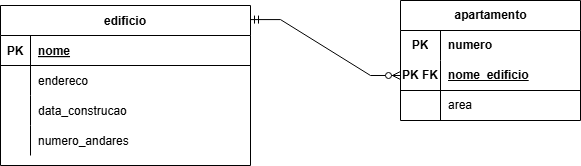
NathanAzvdo/Atividade-Banco-de-dados keeps this draw.io diagram as palestras.drawio.png. Above is the earlier version. Source tidied: cells renumbered, new cells last; positions are measured from the earlier drawing's top-left corner, leaving out a move shared by most shapes.
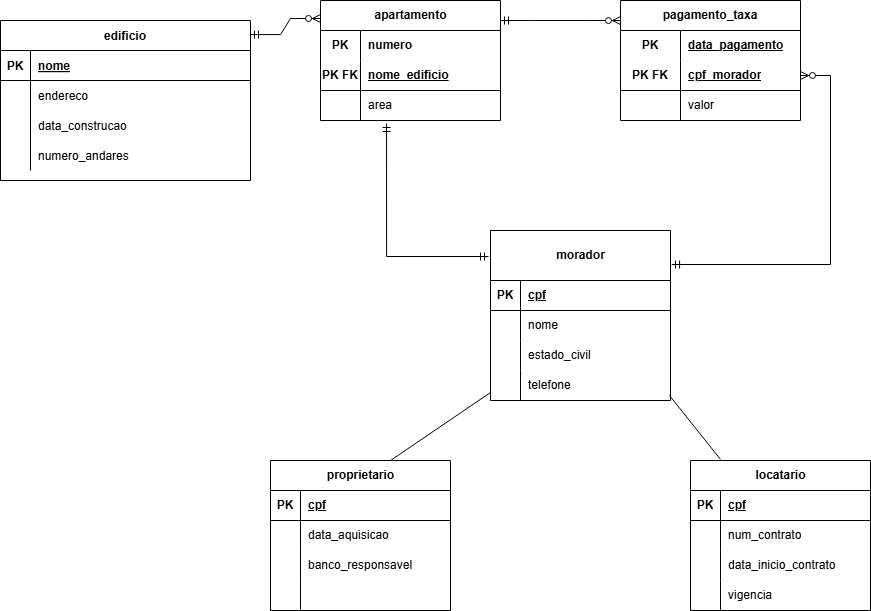
The same diagram one commit later.

The edit, as a diff of the source:
```diff
@@ -3,7 +3,7 @@
     <mxCell id="0" />
     <mxCell id="1" parent="0" />
     <mxCell id="2" value="edificio" style="shape=table;startSize=30;rowLines=0;fontStyle=1;align=center;" parent="1" vertex="1">
-      <mxGeometry y="5" width="250" height="160" as="geometry" />
+      <mxGeometry x="-80" y="-35" width="250" height="160" as="geometry" />
     </mxCell>
     <mxCell id="3" style="shape=partialRectangle;fillColor=none;top=0;left=0;right=0;bottom=1;" parent="2" vertex="1">
       <mxGeometry y="30" width="250" height="30" as="geometry" />
@@ -41,13 +41,11 @@
     <mxCell id="14" value="numero_andares" style="shape=partialRectangle;overflow=hidden;fillColor=none;top=0;left=0;bottom=0;right=0;align=left;spacingLeft=6;" parent="12" vertex="1">
       <mxGeometry x="30" width="220" height="30" as="geometry" />
     </mxCell>
-    <mxCell id="15" style="edgeStyle=entityRelationEdgeStyle;fontSize=12;html=1;endArrow=ERzeroToMany;startArrow=ERmandOne;rounded=0;exitX=1;exitY=0.088;exitDx=0;exitDy=0;exitPerimeter=0;" parent="1" edge="1" source="2">
-      <mxGeometry relative="1" as="geometry">
-        <mxPoint x="400" y="75" as="targetPoint" />
-      </mxGeometry>
+    <mxCell id="15" style="edgeStyle=entityRelationEdgeStyle;fontSize=12;html=1;endArrow=ERzeroToMany;startArrow=ERmandOne;rounded=0;exitX=1;exitY=0.088;exitDx=0;exitDy=0;exitPerimeter=0;entryX=0;entryY=0.15;entryDx=0;entryDy=0;entryPerimeter=0;" parent="1" edge="1" source="2" target="16">
+      <mxGeometry relative="1" as="geometry" />
     </mxCell>
     <mxCell id="16" value="apartamento" style="shape=table;startSize=30;rowLines=0;fontStyle=1;align=center;html=1;" parent="1" vertex="1">
-      <mxGeometry x="400" width="180" height="120" as="geometry" />
+      <mxGeometry x="240" y="-55" width="180" height="120" as="geometry" />
     </mxCell>
     <mxCell id="17" style="shape=tableRow;horizontal=0;startSize=0;swimlaneHead=0;swimlaneBody=0;fillColor=none;top=0;left=0;right=0;bottom=0;" parent="16" vertex="1">
       <mxGeometry y="30" width="180" height="30" as="geometry" />
@@ -76,5 +74,181 @@
     <mxCell id="25" value="area" style="shape=partialRectangle;fillColor=none;top=0;left=0;bottom=0;right=0;align=left;spacingLeft=6;overflow=hidden;whiteSpace=wrap;html=1;" parent="23" vertex="1">
       <mxGeometry x="40" width="140" height="30" as="geometry" />
     </mxCell>
+    <mxCell id="26" value="morador" style="shape=table;startSize=50;rowLines=0;fontStyle=1;align=center;html=1;" parent="1" vertex="1">
+      <mxGeometry x="410" y="175" width="180" height="170" as="geometry" />
+    </mxCell>
+    <mxCell id="27" style="shape=tableRow;horizontal=0;startSize=0;swimlaneHead=0;swimlaneBody=0;fillColor=none;top=0;left=0;right=0;bottom=1;" parent="26" vertex="1">
+      <mxGeometry y="50" width="180" height="30" as="geometry" />
+    </mxCell>
+    <mxCell id="28" value="PK" style="shape=partialRectangle;fillColor=none;top=0;left=0;bottom=0;right=0;fontStyle=1;overflow=hidden;whiteSpace=wrap;html=1;" parent="27" vertex="1">
+      <mxGeometry width="30" height="30" as="geometry" />
+    </mxCell>
+    <mxCell id="29" value="cpf" style="shape=partialRectangle;fillColor=none;top=0;left=0;bottom=0;right=0;align=left;spacingLeft=6;fontStyle=5;overflow=hidden;whiteSpace=wrap;html=1;" parent="27" vertex="1">
+      <mxGeometry x="30" width="150" height="30" as="geometry" />
+    </mxCell>
+    <mxCell id="30" style="shape=tableRow;horizontal=0;startSize=0;swimlaneHead=0;swimlaneBody=0;fillColor=none;top=0;left=0;right=0;bottom=0;" parent="26" vertex="1">
+      <mxGeometry y="80" width="180" height="30" as="geometry" />
+    </mxCell>
+    <mxCell id="31" style="shape=partialRectangle;fillColor=none;top=0;left=0;bottom=0;right=0;overflow=hidden;whiteSpace=wrap;html=1;" parent="30" vertex="1">
+      <mxGeometry width="30" height="30" as="geometry" />
+    </mxCell>
+    <mxCell id="32" value="nome" style="shape=partialRectangle;fillColor=none;top=0;left=0;bottom=0;right=0;align=left;spacingLeft=6;overflow=hidden;whiteSpace=wrap;html=1;" parent="30" vertex="1">
+      <mxGeometry x="30" width="150" height="30" as="geometry" />
+    </mxCell>
+    <mxCell id="33" style="shape=tableRow;horizontal=0;startSize=0;swimlaneHead=0;swimlaneBody=0;fillColor=none;top=0;left=0;right=0;bottom=0;" parent="26" vertex="1">
+      <mxGeometry y="110" width="180" height="30" as="geometry" />
+    </mxCell>
+    <mxCell id="34" style="shape=partialRectangle;fillColor=none;top=0;left=0;bottom=0;right=0;overflow=hidden;whiteSpace=wrap;html=1;" parent="33" vertex="1">
+      <mxGeometry width="30" height="30" as="geometry" />
+    </mxCell>
+    <mxCell id="35" value="estado_civil" style="shape=partialRectangle;fillColor=none;top=0;left=0;bottom=0;right=0;align=left;spacingLeft=6;overflow=hidden;whiteSpace=wrap;html=1;" parent="33" vertex="1">
+      <mxGeometry x="30" width="150" height="30" as="geometry" />
+    </mxCell>
+    <mxCell id="36" style="shape=tableRow;horizontal=0;startSize=0;swimlaneHead=0;swimlaneBody=0;fillColor=none;points=[[0,0.5],[1,0.5]];portConstraint=eastwest;top=0;left=0;right=0;bottom=0;" parent="26" vertex="1">
+      <mxGeometry y="140" width="180" height="30" as="geometry" />
+    </mxCell>
+    <mxCell id="37" style="shape=partialRectangle;fillColor=none;top=0;left=0;bottom=0;right=0;overflow=hidden;whiteSpace=wrap;html=1;" parent="36" vertex="1">
+      <mxGeometry width="30" height="30" as="geometry" />
+    </mxCell>
+    <mxCell id="38" value="telefone" style="shape=partialRectangle;fillColor=none;top=0;left=0;bottom=0;right=0;align=left;spacingLeft=6;overflow=hidden;whiteSpace=wrap;html=1;" parent="36" vertex="1">
+      <mxGeometry x="30" width="150" height="30" as="geometry" />
+    </mxCell>
+    <mxCell id="39" style="fontSize=12;html=1;endArrow=ERmandOne;startArrow=ERmandOne;rounded=0;entryX=-0.011;entryY=0.153;entryDx=0;entryDy=0;entryPerimeter=0;edgeStyle=orthogonalEdgeStyle;exitX=0.367;exitY=1.1;exitDx=0;exitDy=0;exitPerimeter=0;" parent="1" edge="1" source="23" target="26">
+      <mxGeometry relative="1" as="geometry">
+        <Array as="points">
+          <mxPoint x="306" y="201" />
+        </Array>
+      </mxGeometry>
+    </mxCell>
+    <mxCell id="40" style="endArrow=none;html=1;rounded=0;exitX=0;exitY=0.733;exitDx=0;exitDy=0;exitPerimeter=0;entryX=0.667;entryY=0;entryDx=0;entryDy=0;entryPerimeter=0;" parent="1" edge="1" source="36" target="41">
+      <mxGeometry relative="1" as="geometry" />
+    </mxCell>
+    <mxCell id="41" value="proprietario" style="shape=table;startSize=30;rowLines=0;fontStyle=1;align=center;html=1;" parent="1" vertex="1">
+      <mxGeometry x="190" y="405" width="180" height="150" as="geometry" />
+    </mxCell>
+    <mxCell id="42" style="shape=tableRow;horizontal=0;startSize=0;swimlaneHead=0;swimlaneBody=0;fillColor=none;top=0;left=0;right=0;bottom=1;" parent="41" vertex="1">
+      <mxGeometry y="30" width="180" height="30" as="geometry" />
+    </mxCell>
+    <mxCell id="43" value="PK" style="shape=partialRectangle;fillColor=none;top=0;left=0;bottom=0;right=0;fontStyle=1;overflow=hidden;whiteSpace=wrap;html=1;" parent="42" vertex="1">
+      <mxGeometry width="30" height="30" as="geometry" />
+    </mxCell>
+    <mxCell id="44" value="cpf" style="shape=partialRectangle;fillColor=none;top=0;left=0;bottom=0;right=0;align=left;spacingLeft=6;fontStyle=5;overflow=hidden;whiteSpace=wrap;html=1;" parent="42" vertex="1">
+      <mxGeometry x="30" width="150" height="30" as="geometry" />
+    </mxCell>
+    <mxCell id="45" style="shape=tableRow;horizontal=0;startSize=0;swimlaneHead=0;swimlaneBody=0;fillColor=none;top=0;left=0;right=0;bottom=0;" parent="41" vertex="1">
+      <mxGeometry y="60" width="180" height="30" as="geometry" />
+    </mxCell>
+    <mxCell id="46" style="shape=partialRectangle;fillColor=none;top=0;left=0;bottom=0;right=0;overflow=hidden;whiteSpace=wrap;html=1;" parent="45" vertex="1">
+      <mxGeometry width="30" height="30" as="geometry" />
+    </mxCell>
+    <mxCell id="47" value="data_aquisicao" style="shape=partialRectangle;fillColor=none;top=0;left=0;bottom=0;right=0;align=left;spacingLeft=6;overflow=hidden;whiteSpace=wrap;html=1;" parent="45" vertex="1">
+      <mxGeometry x="30" width="150" height="30" as="geometry" />
+    </mxCell>
+    <mxCell id="48" style="shape=tableRow;horizontal=0;startSize=0;swimlaneHead=0;swimlaneBody=0;fillColor=none;top=0;left=0;right=0;bottom=0;" parent="41" vertex="1">
+      <mxGeometry y="90" width="180" height="30" as="geometry" />
+    </mxCell>
+    <mxCell id="49" style="shape=partialRectangle;fillColor=none;top=0;left=0;bottom=0;right=0;overflow=hidden;whiteSpace=wrap;html=1;" parent="48" vertex="1">
+      <mxGeometry width="30" height="30" as="geometry" />
+    </mxCell>
+    <mxCell id="50" value="banco_responsavel" style="shape=partialRectangle;fillColor=none;top=0;left=0;bottom=0;right=0;align=left;spacingLeft=6;overflow=hidden;whiteSpace=wrap;html=1;" parent="48" vertex="1">
+      <mxGeometry x="30" width="150" height="30" as="geometry" />
+    </mxCell>
+    <mxCell id="51" style="shape=tableRow;horizontal=0;startSize=0;swimlaneHead=0;swimlaneBody=0;fillColor=none;top=0;left=0;right=0;bottom=0;" parent="41" vertex="1">
+      <mxGeometry y="120" width="180" height="30" as="geometry" />
+    </mxCell>
+    <mxCell id="52" style="shape=partialRectangle;fillColor=none;top=0;left=0;bottom=0;right=0;overflow=hidden;whiteSpace=wrap;html=1;" parent="51" vertex="1">
+      <mxGeometry width="30" height="30" as="geometry" />
+    </mxCell>
+    <mxCell id="53" style="shape=partialRectangle;fillColor=none;top=0;left=0;bottom=0;right=0;align=left;spacingLeft=6;overflow=hidden;whiteSpace=wrap;html=1;" parent="51" vertex="1">
+      <mxGeometry x="30" width="150" height="30" as="geometry" />
+    </mxCell>
+    <mxCell id="54" style="endArrow=none;html=1;rounded=0;exitX=0.994;exitY=0.833;exitDx=0;exitDy=0;exitPerimeter=0;entryX=0.167;entryY=-0.007;entryDx=0;entryDy=0;entryPerimeter=0;" parent="1" edge="1" source="36" target="55">
+      <mxGeometry relative="1" as="geometry" />
+    </mxCell>
+    <mxCell id="55" value="locatario" style="shape=table;startSize=30;rowLines=0;fontStyle=1;align=center;html=1;" parent="1" vertex="1">
+      <mxGeometry x="610" y="405" width="180" height="150" as="geometry" />
+    </mxCell>
+    <mxCell id="56" style="shape=tableRow;horizontal=0;startSize=0;swimlaneHead=0;swimlaneBody=0;fillColor=none;top=0;left=0;right=0;bottom=1;" parent="55" vertex="1">
+      <mxGeometry y="30" width="180" height="30" as="geometry" />
+    </mxCell>
+    <mxCell id="57" value="PK" style="shape=partialRectangle;fillColor=none;top=0;left=0;bottom=0;right=0;fontStyle=1;overflow=hidden;whiteSpace=wrap;html=1;" parent="56" vertex="1">
+      <mxGeometry width="30" height="30" as="geometry" />
+    </mxCell>
+    <mxCell id="58" value="cpf" style="shape=partialRectangle;fillColor=none;top=0;left=0;bottom=0;right=0;align=left;spacingLeft=6;fontStyle=5;overflow=hidden;whiteSpace=wrap;html=1;" parent="56" vertex="1">
+      <mxGeometry x="30" width="150" height="30" as="geometry" />
+    </mxCell>
+    <mxCell id="59" style="shape=tableRow;horizontal=0;startSize=0;swimlaneHead=0;swimlaneBody=0;fillColor=none;top=0;left=0;right=0;bottom=0;" parent="55" vertex="1">
+      <mxGeometry y="60" width="180" height="30" as="geometry" />
+    </mxCell>
+    <mxCell id="60" style="shape=partialRectangle;fillColor=none;top=0;left=0;bottom=0;right=0;overflow=hidden;whiteSpace=wrap;html=1;" parent="59" vertex="1">
+      <mxGeometry width="30" height="30" as="geometry" />
+    </mxCell>
+    <mxCell id="61" value="num_contrato" style="shape=partialRectangle;fillColor=none;top=0;left=0;bottom=0;right=0;align=left;spacingLeft=6;overflow=hidden;whiteSpace=wrap;html=1;" parent="59" vertex="1">
+      <mxGeometry x="30" width="150" height="30" as="geometry" />
+    </mxCell>
+    <mxCell id="62" style="shape=tableRow;horizontal=0;startSize=0;swimlaneHead=0;swimlaneBody=0;fillColor=none;top=0;left=0;right=0;bottom=0;" parent="55" vertex="1">
+      <mxGeometry y="90" width="180" height="30" as="geometry" />
+    </mxCell>
+    <mxCell id="63" style="shape=partialRectangle;fillColor=none;top=0;left=0;bottom=0;right=0;overflow=hidden;whiteSpace=wrap;html=1;" parent="62" vertex="1">
+      <mxGeometry width="30" height="30" as="geometry" />
+    </mxCell>
+    <mxCell id="64" value="data_inicio_contrato" style="shape=partialRectangle;fillColor=none;top=0;left=0;bottom=0;right=0;align=left;spacingLeft=6;overflow=hidden;whiteSpace=wrap;html=1;" parent="62" vertex="1">
+      <mxGeometry x="30" width="150" height="30" as="geometry" />
+    </mxCell>
+    <mxCell id="65" style="shape=tableRow;horizontal=0;startSize=0;swimlaneHead=0;swimlaneBody=0;fillColor=none;top=0;left=0;right=0;bottom=0;" parent="55" vertex="1">
+      <mxGeometry y="120" width="180" height="30" as="geometry" />
+    </mxCell>
+    <mxCell id="66" style="shape=partialRectangle;fillColor=none;top=0;left=0;bottom=0;right=0;overflow=hidden;whiteSpace=wrap;html=1;" parent="65" vertex="1">
+      <mxGeometry width="30" height="30" as="geometry" />
+    </mxCell>
+    <mxCell id="67" value="vigencia" style="shape=partialRectangle;fillColor=none;top=0;left=0;bottom=0;right=0;align=left;spacingLeft=6;overflow=hidden;whiteSpace=wrap;html=1;" parent="65" vertex="1">
+      <mxGeometry x="30" width="150" height="30" as="geometry" />
+    </mxCell>
+    <mxCell id="68" value="pagamento_taxa" style="shape=table;startSize=30;rowLines=0;fontStyle=1;align=center;html=1;whiteSpace=wrap;" parent="1" vertex="1">
+      <mxGeometry x="540" y="-55" width="180" height="120" as="geometry" />
+    </mxCell>
+    <mxCell id="69" style="shape=tableRow;horizontal=0;startSize=0;swimlaneHead=0;swimlaneBody=0;fillColor=none;top=0;left=0;right=0;bottom=0;html=1;" parent="68" vertex="1">
+      <mxGeometry y="30" width="180" height="30" as="geometry" />
+    </mxCell>
+    <mxCell id="70" value="PK" style="shape=partialRectangle;fillColor=none;top=0;left=0;bottom=0;right=0;fontStyle=1;overflow=hidden;html=1;whiteSpace=wrap;" parent="69" vertex="1">
+      <mxGeometry width="60" height="30" as="geometry" />
+    </mxCell>
+    <mxCell id="71" value="data_pagamento" style="shape=partialRectangle;fillColor=none;top=0;left=0;bottom=0;right=0;align=left;spacingLeft=6;fontStyle=5;overflow=hidden;html=1;whiteSpace=wrap;" parent="69" vertex="1">
+      <mxGeometry x="60" width="120" height="30" as="geometry" />
+    </mxCell>
+    <mxCell id="72" style="shape=tableRow;horizontal=0;startSize=0;swimlaneHead=0;swimlaneBody=0;fillColor=none;points=[[0,0.5],[1,0.5]];portConstraint=eastwest;top=0;left=0;right=0;bottom=1;html=1;" parent="68" vertex="1">
+      <mxGeometry y="60" width="180" height="30" as="geometry" />
+    </mxCell>
+    <mxCell id="73" value="PK FK" style="shape=partialRectangle;fillColor=none;top=0;left=0;bottom=0;right=0;fontStyle=1;overflow=hidden;html=1;whiteSpace=wrap;" parent="72" vertex="1">
+      <mxGeometry width="60" height="30" as="geometry" />
+    </mxCell>
+    <mxCell id="74" value="cpf_morador" style="shape=partialRectangle;fillColor=none;top=0;left=0;bottom=0;right=0;align=left;spacingLeft=6;fontStyle=5;overflow=hidden;html=1;whiteSpace=wrap;" parent="72" vertex="1">
+      <mxGeometry x="60" width="120" height="30" as="geometry" />
+    </mxCell>
+    <mxCell id="75" style="shape=tableRow;horizontal=0;startSize=0;swimlaneHead=0;swimlaneBody=0;fillColor=none;top=0;left=0;right=0;bottom=0;html=1;" parent="68" vertex="1">
+      <mxGeometry y="90" width="180" height="30" as="geometry" />
+    </mxCell>
+    <mxCell id="76" style="shape=partialRectangle;fillColor=none;top=0;left=0;bottom=0;right=0;overflow=hidden;html=1;whiteSpace=wrap;" parent="75" vertex="1">
+      <mxGeometry width="60" height="30" as="geometry" />
+    </mxCell>
+    <mxCell id="77" value="valor" style="shape=partialRectangle;fillColor=none;top=0;left=0;bottom=0;right=0;align=left;spacingLeft=6;overflow=hidden;html=1;whiteSpace=wrap;" parent="75" vertex="1">
+      <mxGeometry x="60" width="120" height="30" as="geometry" />
+    </mxCell>
+    <mxCell id="78" style="edgeStyle=entityRelationEdgeStyle;fontSize=12;html=1;endArrow=ERzeroToMany;startArrow=ERmandOne;rounded=0;exitX=1.006;exitY=0.2;exitDx=0;exitDy=0;exitPerimeter=0;" parent="1" edge="1" source="26" target="72">
+      <mxGeometry relative="1" as="geometry">
+        <Array as="points">
+          <mxPoint x="650" y="153" />
+          <mxPoint x="650" y="175" />
+        </Array>
+      </mxGeometry>
+    </mxCell>
+    <mxCell id="79" style="edgeStyle=entityRelationEdgeStyle;fontSize=12;html=1;endArrow=ERzeroToMany;startArrow=ERmandOne;rounded=0;exitX=1;exitY=0.167;exitDx=0;exitDy=0;exitPerimeter=0;entryX=0;entryY=0.167;entryDx=0;entryDy=0;entryPerimeter=0;" parent="1" edge="1" source="16" target="68">
+      <mxGeometry relative="1" as="geometry">
+        <Array as="points">
+          <mxPoint x="509" y="-82" />
+          <mxPoint x="509" y="-60" />
+        </Array>
+      </mxGeometry>
+    </mxCell>
   </root>
 </mxGraphModel>
```
